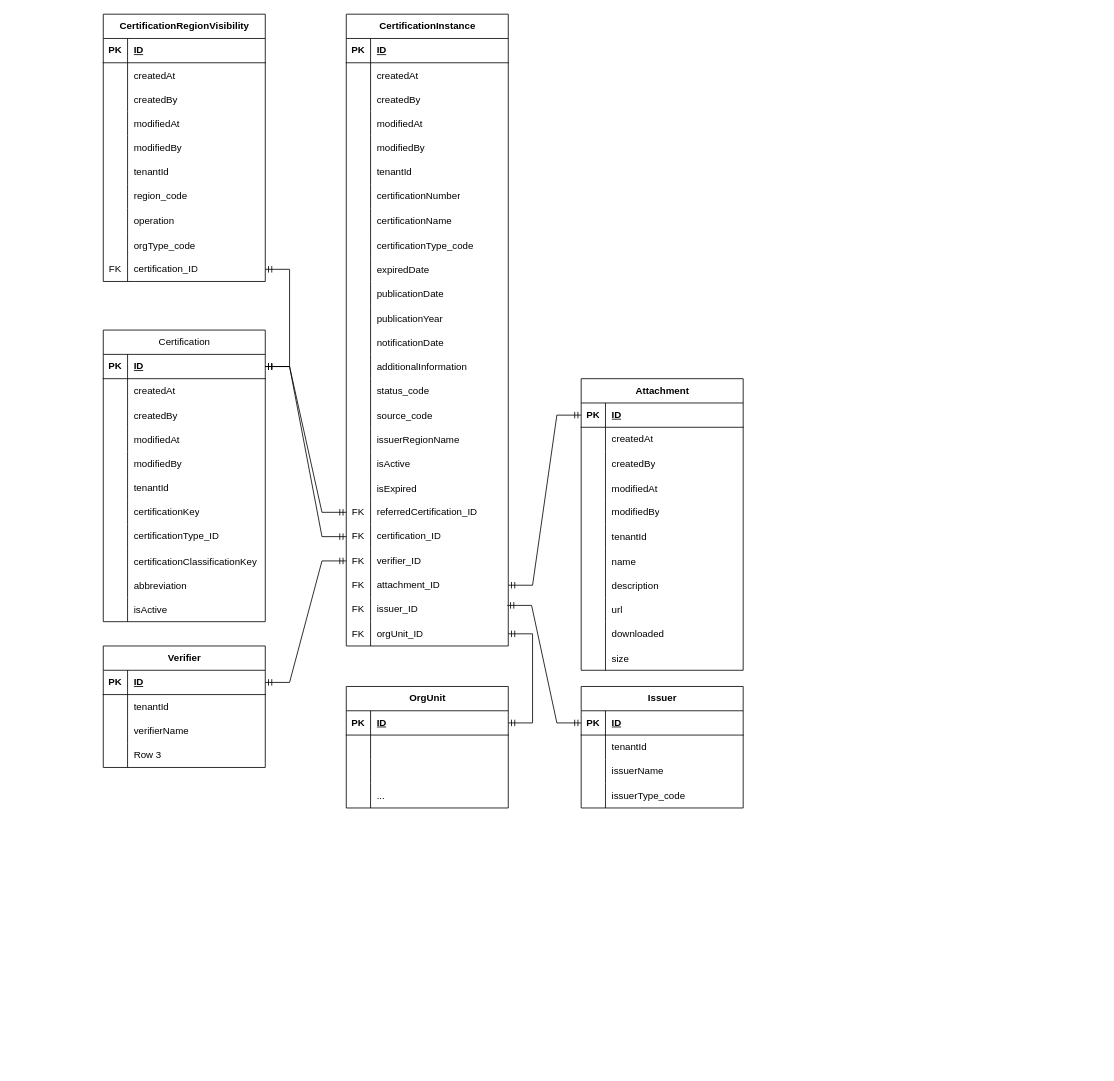
The draw.io diagram page "Page-30" (29 of 30) of certificationService.er.drawio in huangshijie/Drawio, before the edit. Source tidied: cells renumbered, new cells numbered last; positions are measured from the earlier drawing's top-left corner, leaving out a move shared by most shapes. Both pictures are drawn from the tidied source at 81%, with x=0, y=0 at pixel (-464, 14).
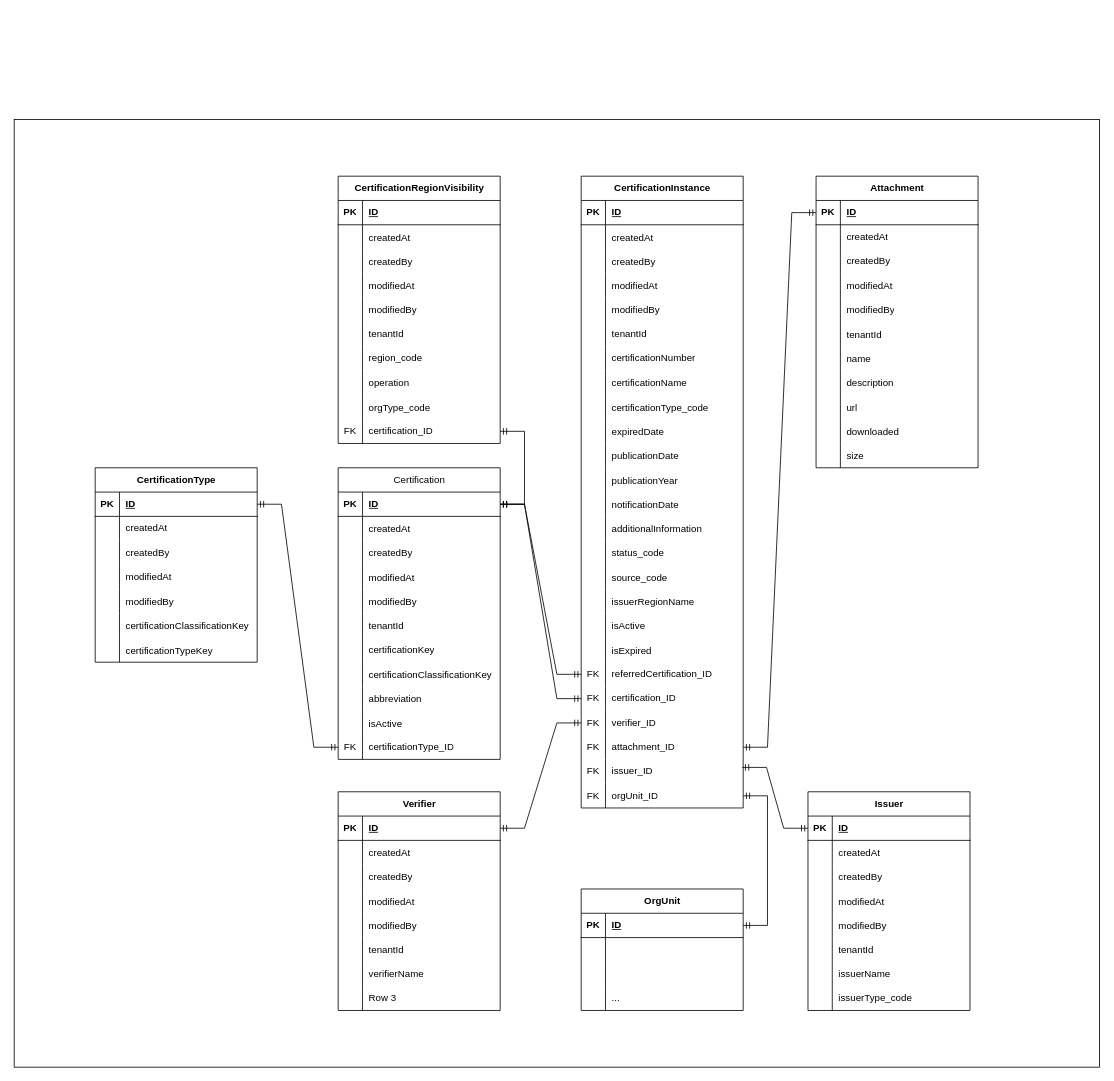
The same page after the edit.

The change refers to these unchanged cells:
```xml
<mxCell id="92" style="shape=tableRow;horizontal=0;startSize=0;swimlaneHead=0;swimlaneBody=0;fillColor=none;points=[[0,0.5],[1,0.5]];portConstraint=eastwest;top=0;left=0;right=0;bottom=1;" parent="91" vertex="1">
  <mxGeometry y="30" width="200" height="30" as="geometry" />
</mxCell>
<mxCell id="219" style="shape=tableRow;horizontal=0;startSize=0;swimlaneHead=0;swimlaneBody=0;fillColor=none;points=[[0,0.5],[1,0.5]];portConstraint=eastwest;top=0;left=0;right=0;bottom=0;" parent="191" vertex="1">
  <mxGeometry y="300" width="200" height="30" as="geometry" />
</mxCell>
```

Change to the diagram source:
```diff
@@
+    <mxCell id="223" style="rounded=0;whiteSpace=wrap;html=1;" parent="1" vertex="1">
+      <mxGeometry x="590" y="130" width="1340" height="1170" as="geometry" />
+    </mxCell>
     <mxCell id="2" value="CertificationInstance" style="shape=table;startSize=30;childLayout=tableLayout;rowLines=0;fontStyle=1;align=center;html=1;" parent="1" vertex="1">
-      <mxGeometry x="1000" width="200" height="780" as="geometry" />
+      <mxGeometry x="1290" y="200" width="200" height="780" as="geometry" />
     </mxCell>
@@
     <mxCell id="78" value="Issuer" style="shape=table;startSize=30;childLayout=tableLayout;rowLines=0;fontStyle=1;align=center;html=1;" parent="1" vertex="1">
-      <mxGeometry x="1290" y="830" width="200" height="150" as="geometry" />
+      <mxGeometry x="1570" y="960" width="200" height="270" as="geometry" />
     </mxCell>
@@
+    <mxCell id="224" style="shape=tableRow;horizontal=0;startSize=0;swimlaneHead=0;swimlaneBody=0;fillColor=none;top=0;left=0;right=0;bottom=0;" parent="78" vertex="1">
+      <mxGeometry y="60" width="200" height="30" as="geometry" />
+    </mxCell>
+    <mxCell id="225" style="shape=partialRectangle;fillColor=none;top=0;left=0;bottom=0;right=0;overflow=hidden;" parent="224" vertex="1">
+      <mxGeometry width="30" height="30" as="geometry" />
+    </mxCell>
+    <mxCell id="226" value="createdAt" style="shape=partialRectangle;fillColor=none;top=0;left=0;bottom=0;right=0;align=left;spacingLeft=6;overflow=hidden;" parent="224" vertex="1">
+      <mxGeometry x="30" width="170" height="30" as="geometry" />
+    </mxCell>
+    <mxCell id="227" style="shape=tableRow;horizontal=0;startSize=0;swimlaneHead=0;swimlaneBody=0;fillColor=none;top=0;left=0;right=0;bottom=0;" parent="78" vertex="1">
+      <mxGeometry y="90" width="200" height="30" as="geometry" />
+    </mxCell>
+    <mxCell id="228" style="shape=partialRectangle;fillColor=none;top=0;left=0;bottom=0;right=0;overflow=hidden;" parent="227" vertex="1">
+      <mxGeometry width="30" height="30" as="geometry" />
+    </mxCell>
+    <mxCell id="229" value="createdBy" style="shape=partialRectangle;fillColor=none;top=0;left=0;bottom=0;right=0;align=left;spacingLeft=6;overflow=hidden;" parent="227" vertex="1">
+      <mxGeometry x="30" width="170" height="30" as="geometry" />
+    </mxCell>
+    <mxCell id="230" style="shape=tableRow;horizontal=0;startSize=0;swimlaneHead=0;swimlaneBody=0;fillColor=none;top=0;left=0;right=0;bottom=0;" parent="78" vertex="1">
+      <mxGeometry y="120" width="200" height="30" as="geometry" />
+    </mxCell>
+    <mxCell id="231" style="shape=partialRectangle;fillColor=none;top=0;left=0;bottom=0;right=0;overflow=hidden;" parent="230" vertex="1">
+      <mxGeometry width="30" height="30" as="geometry" />
+    </mxCell>
+    <mxCell id="232" value="modifiedAt" style="shape=partialRectangle;fillColor=none;top=0;left=0;bottom=0;right=0;align=left;spacingLeft=6;overflow=hidden;" parent="230" vertex="1">
+      <mxGeometry x="30" width="170" height="30" as="geometry" />
+    </mxCell>
+    <mxCell id="233" style="shape=tableRow;horizontal=0;startSize=0;swimlaneHead=0;swimlaneBody=0;fillColor=none;top=0;left=0;right=0;bottom=0;" parent="78" vertex="1">
+      <mxGeometry y="150" width="200" height="30" as="geometry" />
+    </mxCell>
+    <mxCell id="234" style="shape=partialRectangle;fillColor=none;top=0;left=0;bottom=0;right=0;overflow=hidden;" parent="233" vertex="1">
+      <mxGeometry width="30" height="30" as="geometry" />
+    </mxCell>
+    <mxCell id="235" value="modifiedBy" style="shape=partialRectangle;fillColor=none;top=0;left=0;bottom=0;right=0;align=left;spacingLeft=6;overflow=hidden;" parent="233" vertex="1">
+      <mxGeometry x="30" width="170" height="30" as="geometry" />
+    </mxCell>
     <mxCell id="82" style="shape=tableRow;horizontal=0;startSize=0;swimlaneHead=0;swimlaneBody=0;fillColor=none;top=0;left=0;right=0;bottom=0;" parent="78" vertex="1">
-      <mxGeometry y="60" width="200" height="30" as="geometry" />
+      <mxGeometry y="180" width="200" height="30" as="geometry" />
     </mxCell>
@@
     <mxCell id="85" style="shape=tableRow;horizontal=0;startSize=0;swimlaneHead=0;swimlaneBody=0;fillColor=none;top=0;left=0;right=0;bottom=0;" parent="78" vertex="1">
-      <mxGeometry y="90" width="200" height="30" as="geometry" />
+      <mxGeometry y="210" width="200" height="30" as="geometry" />
     </mxCell>
@@
     <mxCell id="88" style="shape=tableRow;horizontal=0;startSize=0;swimlaneHead=0;swimlaneBody=0;fillColor=none;top=0;left=0;right=0;bottom=0;" parent="78" vertex="1">
-      <mxGeometry y="120" width="200" height="30" as="geometry" />
+      <mxGeometry y="240" width="200" height="30" as="geometry" />
     </mxCell>
@@
     <mxCell id="91" value="Certification" style="shape=table;startSize=30;childLayout=tableLayout;rowLines=0;fontStyle=0;align=center;html=1;" parent="1" vertex="1">
-      <mxGeometry x="700" y="390" width="200" height="360" as="geometry" />
+      <mxGeometry x="990" y="560" width="200" height="360" as="geometry" />
     </mxCell>
@@
-    <mxCell id="113" style="shape=tableRow;horizontal=0;startSize=0;swimlaneHead=0;swimlaneBody=0;fillColor=none;top=0;left=0;right=0;bottom=0;" parent="91" vertex="1">
-      <mxGeometry y="240" width="200" height="30" as="geometry" />
-    </mxCell>
-    <mxCell id="114" style="shape=partialRectangle;fillColor=none;top=0;left=0;bottom=0;right=0;overflow=hidden;whiteSpace=wrap;html=1;" parent="113" vertex="1">
-      <mxGeometry width="30" height="30" as="geometry" />
-    </mxCell>
-    <mxCell id="115" value="certificationType_ID" style="shape=partialRectangle;fillColor=none;top=0;left=0;bottom=0;right=0;align=left;spacingLeft=6;overflow=hidden;whiteSpace=wrap;html=1;" parent="113" vertex="1">
-      <mxGeometry x="30" width="170" height="30" as="geometry" />
-    </mxCell>
     <mxCell id="116" style="shape=tableRow;horizontal=0;startSize=0;swimlaneHead=0;swimlaneBody=0;fillColor=none;top=0;left=0;right=0;bottom=0;" parent="91" vertex="1">
-      <mxGeometry y="270" width="200" height="30" as="geometry" />
+      <mxGeometry y="240" width="200" height="30" as="geometry" />
     </mxCell>
@@
     <mxCell id="119" style="shape=tableRow;horizontal=0;startSize=0;swimlaneHead=0;swimlaneBody=0;fillColor=none;top=0;left=0;right=0;bottom=0;" parent="91" vertex="1">
-      <mxGeometry y="300" width="200" height="30" as="geometry" />
+      <mxGeometry y="270" width="200" height="30" as="geometry" />
     </mxCell>
@@
     <mxCell id="122" style="shape=tableRow;horizontal=0;startSize=0;swimlaneHead=0;swimlaneBody=0;fillColor=none;top=0;left=0;right=0;bottom=0;" parent="91" vertex="1">
-      <mxGeometry y="330" width="200" height="30" as="geometry" />
+      <mxGeometry y="300" width="200" height="30" as="geometry" />
     </mxCell>
@@
+    <mxCell id="236" style="shape=tableRow;horizontal=0;startSize=0;swimlaneHead=0;swimlaneBody=0;fillColor=none;points=[[0,0.5],[1,0.5]];portConstraint=eastwest;top=0;left=0;right=0;bottom=0;" parent="91" vertex="1">
+      <mxGeometry y="330" width="200" height="30" as="geometry" />
+    </mxCell>
+    <mxCell id="237" value="FK" style="shape=partialRectangle;fillColor=none;top=0;left=0;bottom=0;right=0;fontStyle=0;overflow=hidden;whiteSpace=wrap;html=1;" parent="236" vertex="1">
+      <mxGeometry width="30" height="30" as="geometry" />
+    </mxCell>
+    <mxCell id="115" value="certificationType_ID" style="shape=partialRectangle;fillColor=none;top=0;left=0;bottom=0;right=0;align=left;spacingLeft=6;fontStyle=0;overflow=hidden;whiteSpace=wrap;html=1;" parent="236" vertex="1">
+      <mxGeometry x="30" width="170" height="30" as="geometry" />
+    </mxCell>
     <mxCell id="125" value="Verifier" style="shape=table;startSize=30;childLayout=tableLayout;rowLines=0;fontStyle=1;align=center;html=1;" parent="1" vertex="1">
-      <mxGeometry x="700" y="780" width="200" height="150" as="geometry" />
+      <mxGeometry x="990" y="960" width="200" height="270" as="geometry" />
     </mxCell>
@@
+    <mxCell id="238" style="shape=tableRow;horizontal=0;startSize=0;swimlaneHead=0;swimlaneBody=0;fillColor=none;top=0;left=0;right=0;bottom=0;" parent="125" vertex="1">
+      <mxGeometry y="60" width="200" height="30" as="geometry" />
+    </mxCell>
+    <mxCell id="239" style="shape=partialRectangle;fillColor=none;top=0;left=0;bottom=0;right=0;overflow=hidden;" parent="238" vertex="1">
+      <mxGeometry width="30" height="30" as="geometry" />
+    </mxCell>
+    <mxCell id="240" value="createdAt" style="shape=partialRectangle;fillColor=none;top=0;left=0;bottom=0;right=0;align=left;spacingLeft=6;overflow=hidden;" parent="238" vertex="1">
+      <mxGeometry x="30" width="170" height="30" as="geometry" />
+    </mxCell>
+    <mxCell id="241" style="shape=tableRow;horizontal=0;startSize=0;swimlaneHead=0;swimlaneBody=0;fillColor=none;top=0;left=0;right=0;bottom=0;" parent="125" vertex="1">
+      <mxGeometry y="90" width="200" height="30" as="geometry" />
+    </mxCell>
+    <mxCell id="242" style="shape=partialRectangle;fillColor=none;top=0;left=0;bottom=0;right=0;overflow=hidden;" parent="241" vertex="1">
+      <mxGeometry width="30" height="30" as="geometry" />
+    </mxCell>
+    <mxCell id="243" value="createdBy" style="shape=partialRectangle;fillColor=none;top=0;left=0;bottom=0;right=0;align=left;spacingLeft=6;overflow=hidden;" parent="241" vertex="1">
+      <mxGeometry x="30" width="170" height="30" as="geometry" />
+    </mxCell>
+    <mxCell id="244" style="shape=tableRow;horizontal=0;startSize=0;swimlaneHead=0;swimlaneBody=0;fillColor=none;top=0;left=0;right=0;bottom=0;" parent="125" vertex="1">
+      <mxGeometry y="120" width="200" height="30" as="geometry" />
+    </mxCell>
+    <mxCell id="245" style="shape=partialRectangle;fillColor=none;top=0;left=0;bottom=0;right=0;overflow=hidden;" parent="244" vertex="1">
+      <mxGeometry width="30" height="30" as="geometry" />
+    </mxCell>
+    <mxCell id="246" value="modifiedAt" style="shape=partialRectangle;fillColor=none;top=0;left=0;bottom=0;right=0;align=left;spacingLeft=6;overflow=hidden;" parent="244" vertex="1">
+      <mxGeometry x="30" width="170" height="30" as="geometry" />
+    </mxCell>
+    <mxCell id="247" style="shape=tableRow;horizontal=0;startSize=0;swimlaneHead=0;swimlaneBody=0;fillColor=none;top=0;left=0;right=0;bottom=0;" parent="125" vertex="1">
+      <mxGeometry y="150" width="200" height="30" as="geometry" />
+    </mxCell>
+    <mxCell id="248" style="shape=partialRectangle;fillColor=none;top=0;left=0;bottom=0;right=0;overflow=hidden;" parent="247" vertex="1">
+      <mxGeometry width="30" height="30" as="geometry" />
+    </mxCell>
+    <mxCell id="249" value="modifiedBy" style="shape=partialRectangle;fillColor=none;top=0;left=0;bottom=0;right=0;align=left;spacingLeft=6;overflow=hidden;" parent="247" vertex="1">
+      <mxGeometry x="30" width="170" height="30" as="geometry" />
+    </mxCell>
     <mxCell id="129" style="shape=tableRow;horizontal=0;startSize=0;swimlaneHead=0;swimlaneBody=0;fillColor=none;top=0;left=0;right=0;bottom=0;" parent="125" vertex="1">
-      <mxGeometry y="60" width="200" height="30" as="geometry" />
+      <mxGeometry y="180" width="200" height="30" as="geometry" />
     </mxCell>
@@
     <mxCell id="132" style="shape=tableRow;horizontal=0;startSize=0;swimlaneHead=0;swimlaneBody=0;fillColor=none;top=0;left=0;right=0;bottom=0;" parent="125" vertex="1">
-      <mxGeometry y="90" width="200" height="30" as="geometry" />
+      <mxGeometry y="210" width="200" height="30" as="geometry" />
     </mxCell>
@@
     <mxCell id="135" style="shape=tableRow;horizontal=0;startSize=0;swimlaneHead=0;swimlaneBody=0;fillColor=none;top=0;left=0;right=0;bottom=0;" parent="125" vertex="1">
-      <mxGeometry y="120" width="200" height="30" as="geometry" />
+      <mxGeometry y="240" width="200" height="30" as="geometry" />
     </mxCell>
@@
     <mxCell id="138" value="Attachment" style="shape=table;startSize=30;childLayout=tableLayout;rowLines=0;fontStyle=1;align=center;html=1;" parent="1" vertex="1">
-      <mxGeometry x="1290" y="450" width="200" height="360" as="geometry" />
+      <mxGeometry x="1580" y="200" width="200" height="360" as="geometry" />
     </mxCell>
@@
     <mxCell id="177" value="OrgUnit" style="shape=table;startSize=30;childLayout=tableLayout;rowLines=0;fontStyle=1;align=center;html=1;" parent="1" vertex="1">
-      <mxGeometry x="1000" y="830" width="200" height="150" as="geometry" />
+      <mxGeometry x="1290" y="1080" width="200" height="150" as="geometry" />
     </mxCell>
@@
     <mxCell id="191" value="CertificationRegionVisibility" style="shape=table;startSize=30;childLayout=tableLayout;rowLines=0;fontStyle=1;align=center;html=1;" parent="1" vertex="1">
-      <mxGeometry x="700" width="200" height="330" as="geometry" />
+      <mxGeometry x="990" y="200" width="200" height="330" as="geometry" />
     </mxCell>
@@
     <mxCell id="222" style="edgeStyle=entityRelationEdgeStyle;fontSize=12;html=1;endArrow=ERmandOne;startArrow=ERmandOne;rounded=0;" parent="1" edge="1" source="92" target="219">
       <mxGeometry relative="1" as="geometry">
         <Array as="points">
-          <mxPoint y="390" />
-          <mxPoint x="400" y="435" />
-          <mxPoint x="390" y="435" />
-          <mxPoint x="400" y="415" />
-          <mxPoint x="400" y="425" />
-          <mxPoint x="220" y="400" />
+          <mxPoint x="290" y="590" />
+          <mxPoint x="690" y="635" />
+          <mxPoint x="680" y="635" />
+          <mxPoint x="690" y="615" />
+          <mxPoint x="690" y="625" />
+          <mxPoint x="510" y="600" />
         </Array>
       </mxGeometry>
     </mxCell>
+    <mxCell id="250" value="CertificationType" style="shape=table;startSize=30;childLayout=tableLayout;rowLines=0;fontStyle=1;align=center;html=1;" parent="1" vertex="1">
+      <mxGeometry x="690" y="560" width="200" height="240" as="geometry" />
+    </mxCell>
+    <mxCell id="251" style="shape=tableRow;horizontal=0;startSize=0;swimlaneHead=0;swimlaneBody=0;fillColor=none;points=[[0,0.5],[1,0.5]];portConstraint=eastwest;top=0;left=0;right=0;bottom=1;" parent="250" vertex="1">
+      <mxGeometry y="30" width="200" height="30" as="geometry" />
+    </mxCell>
+    <mxCell id="252" value="PK" style="shape=partialRectangle;fillColor=none;top=0;left=0;bottom=0;right=0;fontStyle=1;overflow=hidden;whiteSpace=wrap;html=1;" parent="251" vertex="1">
+      <mxGeometry width="30" height="30" as="geometry" />
+    </mxCell>
+    <mxCell id="253" value="ID" style="shape=partialRectangle;fillColor=none;top=0;left=0;bottom=0;right=0;align=left;spacingLeft=6;fontStyle=5;overflow=hidden;whiteSpace=wrap;html=1;" parent="251" vertex="1">
+      <mxGeometry x="30" width="170" height="30" as="geometry" />
+    </mxCell>
+    <mxCell id="254" style="shape=tableRow;horizontal=0;startSize=0;swimlaneHead=0;swimlaneBody=0;fillColor=none;top=0;left=0;right=0;bottom=0;" parent="250" vertex="1">
+      <mxGeometry y="60" width="200" height="30" as="geometry" />
+    </mxCell>
+    <mxCell id="255" style="shape=partialRectangle;fillColor=none;top=0;left=0;bottom=0;right=0;overflow=hidden;whiteSpace=wrap;html=1;" parent="254" vertex="1">
+      <mxGeometry width="30" height="30" as="geometry" />
+    </mxCell>
+    <mxCell id="256" value="createdAt" style="shape=partialRectangle;fillColor=none;top=0;left=0;bottom=0;right=0;align=left;spacingLeft=6;overflow=hidden;whiteSpace=wrap;html=1;" parent="254" vertex="1">
+      <mxGeometry x="30" width="170" height="30" as="geometry" />
+    </mxCell>
+    <mxCell id="257" style="shape=tableRow;horizontal=0;startSize=0;swimlaneHead=0;swimlaneBody=0;fillColor=none;top=0;left=0;right=0;bottom=0;" parent="250" vertex="1">
+      <mxGeometry y="90" width="200" height="30" as="geometry" />
+    </mxCell>
+    <mxCell id="258" style="shape=partialRectangle;fillColor=none;top=0;left=0;bottom=0;right=0;overflow=hidden;whiteSpace=wrap;html=1;" parent="257" vertex="1">
+      <mxGeometry width="30" height="30" as="geometry" />
+    </mxCell>
+    <mxCell id="259" value="createdBy" style="shape=partialRectangle;fillColor=none;top=0;left=0;bottom=0;right=0;align=left;spacingLeft=6;overflow=hidden;whiteSpace=wrap;html=1;" parent="257" vertex="1">
+      <mxGeometry x="30" width="170" height="30" as="geometry" />
+    </mxCell>
+    <mxCell id="260" style="shape=tableRow;horizontal=0;startSize=0;swimlaneHead=0;swimlaneBody=0;fillColor=none;top=0;left=0;right=0;bottom=0;" parent="250" vertex="1">
+      <mxGeometry y="120" width="200" height="30" as="geometry" />
+    </mxCell>
+    <mxCell id="261" style="shape=partialRectangle;fillColor=none;top=0;left=0;bottom=0;right=0;overflow=hidden;whiteSpace=wrap;html=1;" parent="260" vertex="1">
+      <mxGeometry width="30" height="30" as="geometry" />
+    </mxCell>
+    <mxCell id="262" value="modifiedAt" style="shape=partialRectangle;fillColor=none;top=0;left=0;bottom=0;right=0;align=left;spacingLeft=6;overflow=hidden;whiteSpace=wrap;html=1;" parent="260" vertex="1">
+      <mxGeometry x="30" width="170" height="30" as="geometry" />
+    </mxCell>
+    <mxCell id="263" style="shape=tableRow;horizontal=0;startSize=0;swimlaneHead=0;swimlaneBody=0;fillColor=none;top=0;left=0;right=0;bottom=0;" parent="250" vertex="1">
+      <mxGeometry y="150" width="200" height="30" as="geometry" />
+    </mxCell>
+    <mxCell id="264" style="shape=partialRectangle;fillColor=none;top=0;left=0;bottom=0;right=0;overflow=hidden;" parent="263" vertex="1">
+      <mxGeometry width="30" height="30" as="geometry" />
+    </mxCell>
+    <mxCell id="265" value="modifiedBy" style="shape=partialRectangle;fillColor=none;top=0;left=0;bottom=0;right=0;align=left;spacingLeft=6;overflow=hidden;" parent="263" vertex="1">
+      <mxGeometry x="30" width="170" height="30" as="geometry" />
+    </mxCell>
+    <mxCell id="266" style="shape=tableRow;horizontal=0;startSize=0;swimlaneHead=0;swimlaneBody=0;fillColor=none;top=0;left=0;right=0;bottom=0;" parent="250" vertex="1">
+      <mxGeometry y="180" width="200" height="30" as="geometry" />
+    </mxCell>
+    <mxCell id="267" style="shape=partialRectangle;fillColor=none;top=0;left=0;bottom=0;right=0;overflow=hidden;" parent="266" vertex="1">
+      <mxGeometry width="30" height="30" as="geometry" />
+    </mxCell>
+    <mxCell id="268" value="certificationClassificationKey" style="shape=partialRectangle;fillColor=none;top=0;left=0;bottom=0;right=0;align=left;spacingLeft=6;overflow=hidden;" parent="266" vertex="1">
+      <mxGeometry x="30" width="170" height="30" as="geometry" />
+    </mxCell>
+    <mxCell id="269" style="shape=tableRow;horizontal=0;startSize=0;swimlaneHead=0;swimlaneBody=0;fillColor=none;top=0;left=0;right=0;bottom=0;" parent="250" vertex="1">
+      <mxGeometry y="210" width="200" height="30" as="geometry" />
+    </mxCell>
+    <mxCell id="270" style="shape=partialRectangle;fillColor=none;top=0;left=0;bottom=0;right=0;overflow=hidden;" parent="269" vertex="1">
+      <mxGeometry width="30" height="30" as="geometry" />
+    </mxCell>
+    <mxCell id="271" value="certificationTypeKey" style="shape=partialRectangle;fillColor=none;top=0;left=0;bottom=0;right=0;align=left;spacingLeft=6;overflow=hidden;" parent="269" vertex="1">
+      <mxGeometry x="30" width="170" height="30" as="geometry" />
+    </mxCell>
+    <mxCell id="272" style="edgeStyle=entityRelationEdgeStyle;fontSize=12;html=1;endArrow=ERmandOne;startArrow=ERmandOne;rounded=0;" parent="1" edge="1" source="236" target="251">
+      <mxGeometry relative="1" as="geometry" />
+    </mxCell>
```
